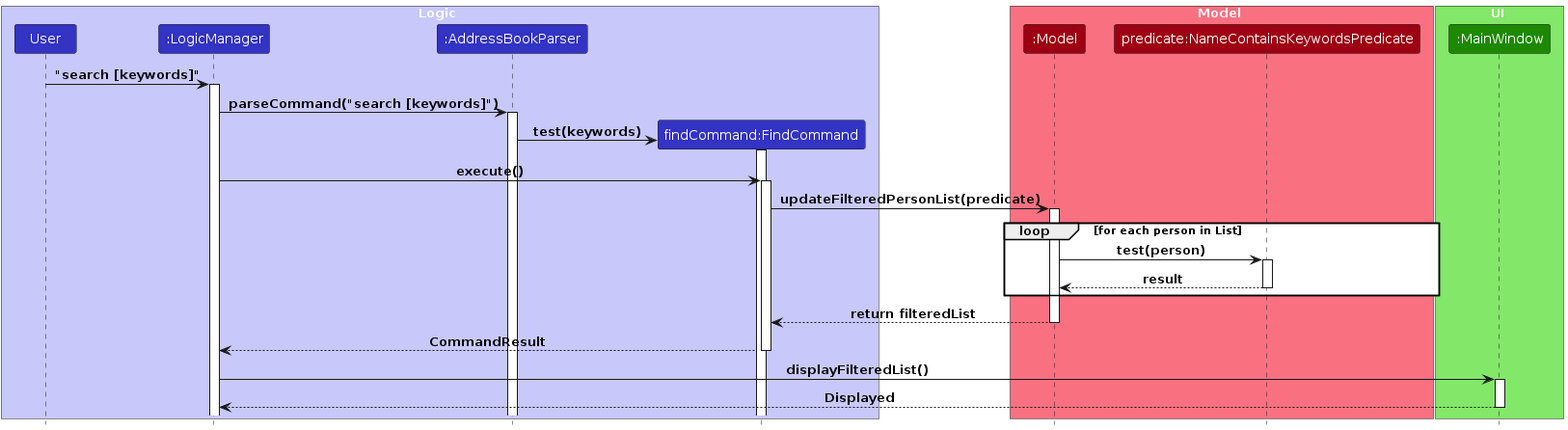
ryanongwx/tp keeps this PlantUML diagram as diagrams/SearchSequenceDiagram.png. Above is the earlier version. Its source is kept beside it as diagrams/SearchSequenceDiagram.puml. Its diagram source:
```plantuml
@startuml
!include style.puml

box Logic LOGIC_COLOR_T1
participant "User" as User LOGIC_COLOR
participant ":LogicManager" as LogicManager LOGIC_COLOR
participant ":AddressBookParser" as AddressBookParser LOGIC_COLOR
participant "findCommand:FindCommand" as FindCommand LOGIC_COLOR
end box


box Model MODEL_COLOR_T1
participant ":Model" as Model MODEL_COLOR
participant "predicate:NameContainsKeywordsPredicate" as Predicate MODEL_COLOR
end box

box UI UI_COLOR_T1
participant ":MainWindow" as MainWindow UI_COLOR
end box


User -> LogicManager : "search [keywords]"
activate LogicManager

LogicManager -> AddressBookParser : parseCommand("search [keywords]")
activate AddressBookParser

create FindCommand
AddressBookParser -> FindCommand : test(keywords)
activate FindCommand

LogicManager -> FindCommand : execute()
activate FindCommand

FindCommand -> Model : updateFilteredPersonList(predicate)
activate Model

loop for each person in List
    Model -> Predicate : test(person)
    activate Predicate
    Predicate --> Model : result
    deactivate Predicate
end

Model --> FindCommand : return filteredList
deactivate Model

FindCommand --> LogicManager : CommandResult
deactivate FindCommand

LogicManager -> MainWindow : displayFilteredList()
activate MainWindow
MainWindow --> LogicManager : Displayed
deactivate MainWindow


@enduml
```
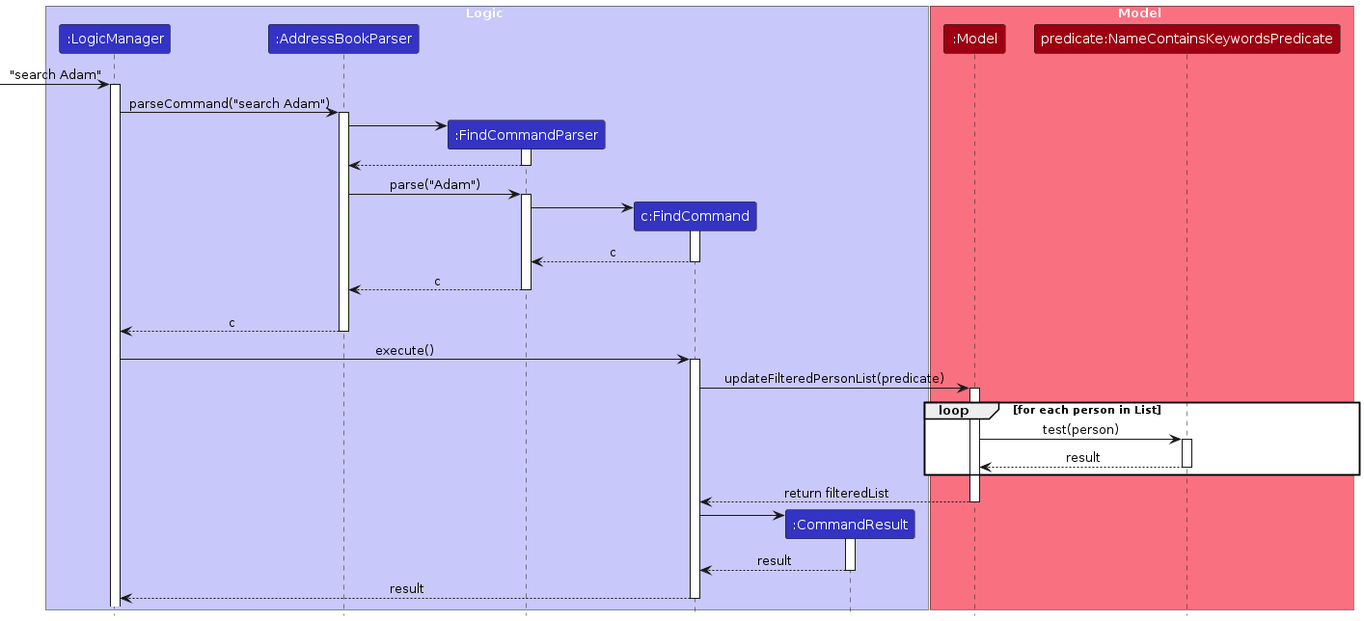
Above is the later version.

Change to the diagram source:
```diff
@@ -1,11 +1,13 @@
 @startuml
 !include style.puml
+skinparam ArrowFontStyle plain
 
 box Logic LOGIC_COLOR_T1
-participant "User" as User LOGIC_COLOR
 participant ":LogicManager" as LogicManager LOGIC_COLOR
 participant ":AddressBookParser" as AddressBookParser LOGIC_COLOR
-participant "findCommand:FindCommand" as FindCommand LOGIC_COLOR
+participant ":FindCommandParser" as FindCommandParser LOGIC_COLOR
+participant "c:FindCommand" as FindCommand LOGIC_COLOR
+participant ":CommandResult" as CommandResult LOGIC_COLOR
 end box
 
 
@@ -14,20 +16,38 @@
 participant "predicate:NameContainsKeywordsPredicate" as Predicate MODEL_COLOR
 end box
 
-box UI UI_COLOR_T1
-participant ":MainWindow" as MainWindow UI_COLOR
-end box
 
 
-User -> LogicManager : "search [keywords]"
+[-> LogicManager : "search Adam"
 activate LogicManager
 
-LogicManager -> AddressBookParser : parseCommand("search [keywords]")
+LogicManager -> AddressBookParser : parseCommand("search Adam")
 activate AddressBookParser
 
+create FindCommandParser
+AddressBookParser -> FindCommandParser
+activate FindCommandParser
+
+FindCommandParser --> AddressBookParser
+deactivate FindCommandParser
+
+AddressBookParser -> FindCommandParser : parse("Adam")
+activate FindCommandParser
+
 create FindCommand
-AddressBookParser -> FindCommand : test(keywords)
+FindCommandParser -> FindCommand
 activate FindCommand
+
+FindCommand --> FindCommandParser : c
+deactivate FindCommand
+
+FindCommandParser --> AddressBookParser : c
+deactivate FindCommandParser
+FindCommandParser -[hidden]-> AddressBookParser
+deactivate FindCommandParser
+
+AddressBookParser --> LogicManager : c
+deactivate AddressBookParser
 
 LogicManager -> FindCommand : execute()
 activate FindCommand
@@ -45,13 +65,14 @@
 Model --> FindCommand : return filteredList
 deactivate Model
 
-FindCommand --> LogicManager : CommandResult
+create CommandResult
+FindCommand -> CommandResult
+activate CommandResult
+
+CommandResult --> FindCommand : result
+deactivate CommandResult
+
+FindCommand --> LogicManager : result
 deactivate FindCommand
 
-LogicManager -> MainWindow : displayFilteredList()
-activate MainWindow
-MainWindow --> LogicManager : Displayed
-deactivate MainWindow
-
-
 @enduml
```
